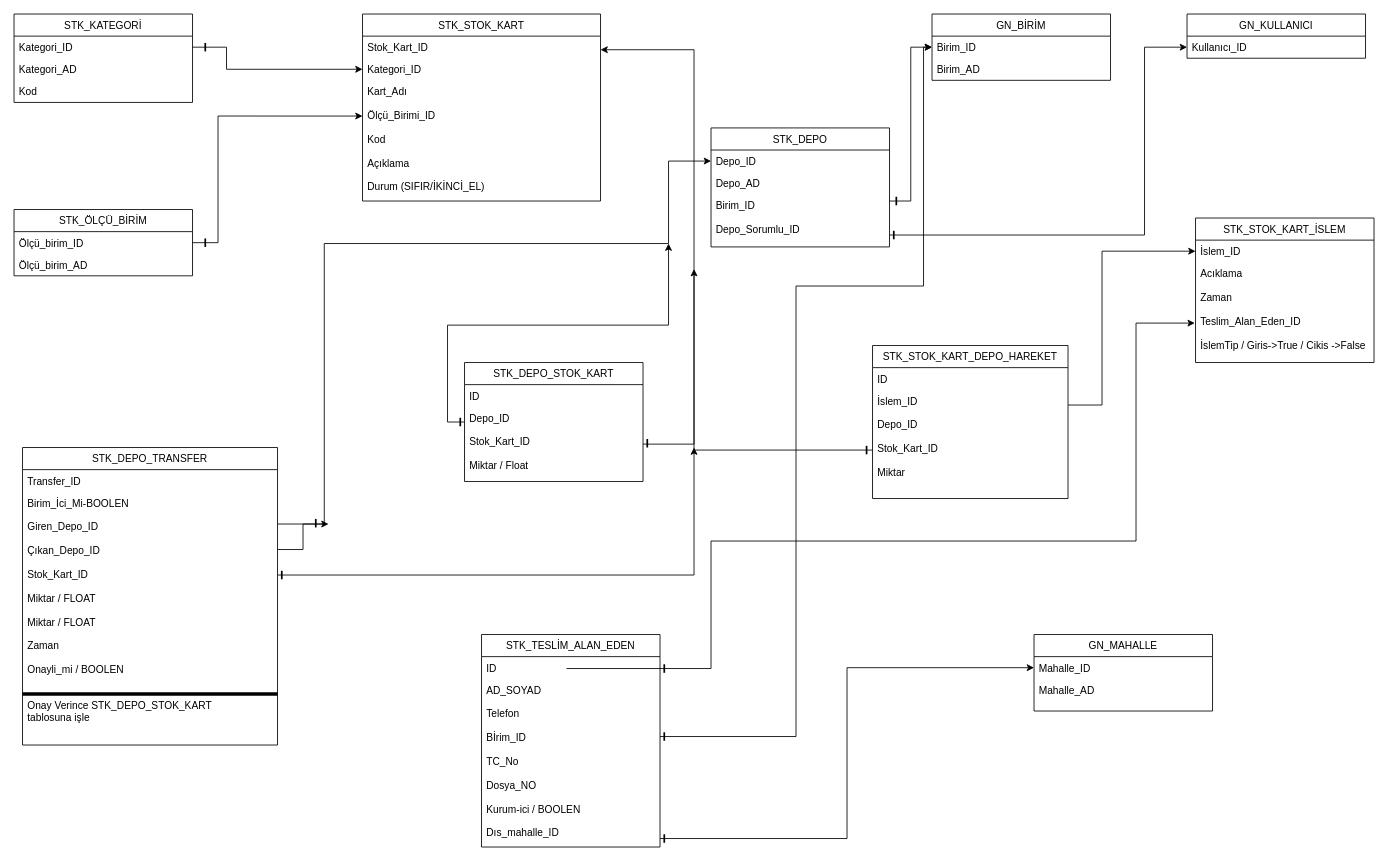
The draw.io diagram Untitled Diagram.drawio in mtkazak/regression, before the edit. Source tidied: cells renumbered, new cells numbered last; positions are measured from the earlier drawing's top-left corner, leaving out a move shared by most shapes. Both pictures are drawn from the tidied source at 85%, with x=0, y=0 at pixel (14, 14).
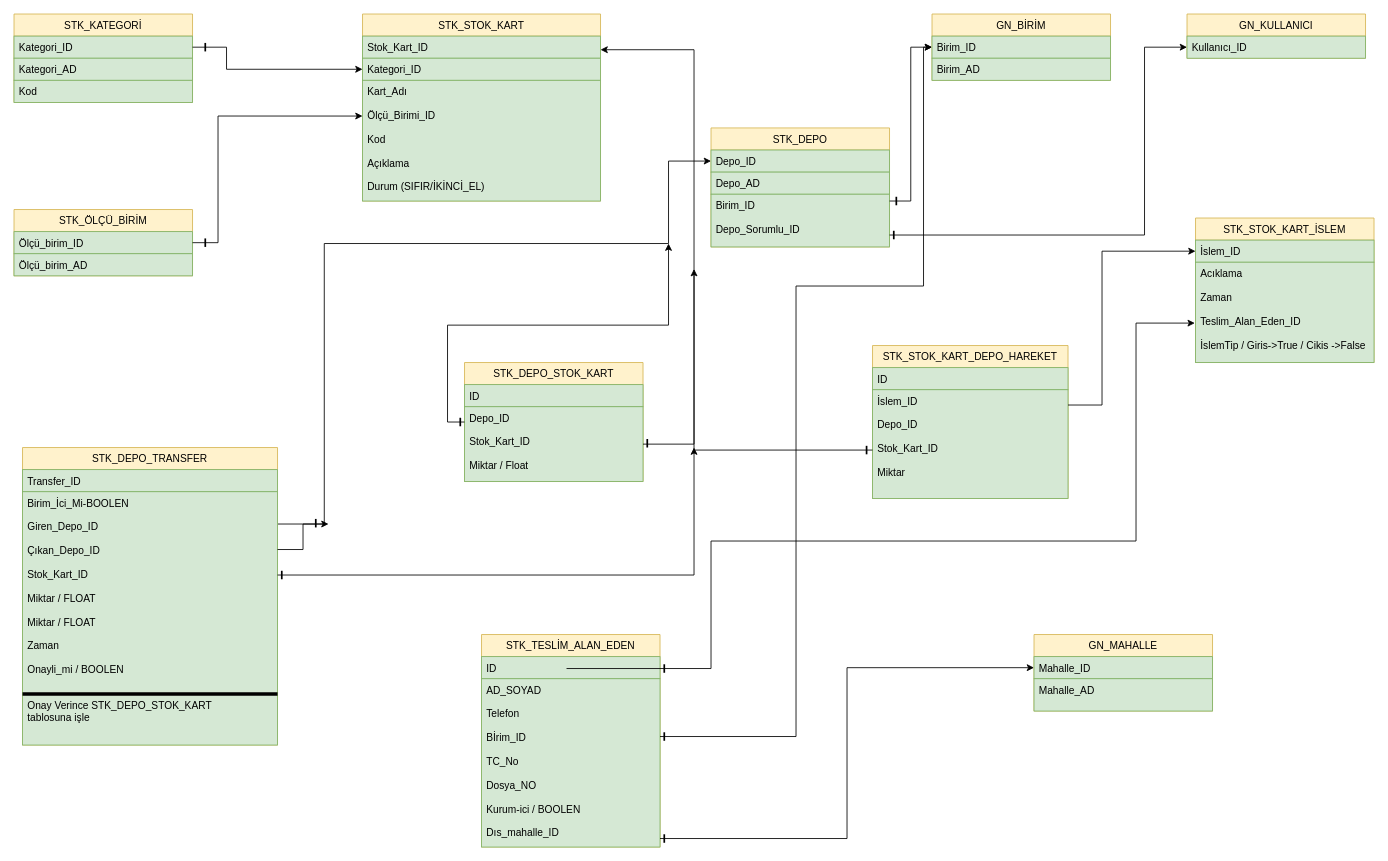
After the change.

The edit, as a diff of the source:
```diff
@@
-    <mxCell id="2" value="STK_KATEGORİ" style="swimlane;fontStyle=0;horizontal=1;startSize=26;fillColor=none;" parent="1" vertex="1">
+    <mxCell id="2" value="STK_KATEGORİ" style="swimlane;fontStyle=0;horizontal=1;startSize=26;fillColor=#fff2cc;labelBackgroundColor=none;strokeColor=#d6b656;" parent="1" vertex="1">
       <mxGeometry width="210" height="104" as="geometry" />
     </mxCell>
-    <mxCell id="3" value="Kategori_ID" style="text;strokeColor=none;fillColor=none;align=left;verticalAlign=top;spacingLeft=4;spacingRight=4;overflow=hidden;points=[[0,0.5],[1,0.5]];portConstraint=eastwest;" parent="2" vertex="1">
+    <mxCell id="3" value="Kategori_ID" style="text;strokeColor=#82b366;fillColor=#d5e8d4;align=left;verticalAlign=top;spacingLeft=4;spacingRight=4;overflow=hidden;points=[[0,0.5],[1,0.5]];portConstraint=eastwest;" parent="2" vertex="1">
       <mxGeometry y="26" width="210" height="26" as="geometry" />
     </mxCell>
-    <mxCell id="4" value="Kategori_AD" style="text;strokeColor=none;fillColor=none;align=left;verticalAlign=top;spacingLeft=4;spacingRight=4;overflow=hidden;" parent="2" vertex="1">
+    <mxCell id="4" value="Kategori_AD" style="text;strokeColor=#82b366;fillColor=#d5e8d4;align=left;verticalAlign=top;spacingLeft=4;spacingRight=4;overflow=hidden;" parent="2" vertex="1">
       <mxGeometry y="52" width="210" height="26" as="geometry" />
     </mxCell>
-    <mxCell id="5" value="Kod" style="text;strokeColor=none;fillColor=none;align=left;verticalAlign=top;spacingLeft=4;spacingRight=4;overflow=hidden;" parent="2" vertex="1">
+    <mxCell id="5" value="Kod" style="text;strokeColor=#82b366;fillColor=#d5e8d4;align=left;verticalAlign=top;spacingLeft=4;spacingRight=4;overflow=hidden;" parent="2" vertex="1">
       <mxGeometry y="78" width="210" height="26" as="geometry" />
     </mxCell>
-    <mxCell id="6" value="STK_STOK_KART" style="swimlane;fontStyle=0;horizontal=1;startSize=26;fillColor=none;" parent="1" vertex="1">
+    <mxCell id="6" value="STK_STOK_KART" style="swimlane;fontStyle=0;horizontal=1;startSize=26;fillColor=#fff2cc;strokeColor=#d6b656;" parent="1" vertex="1">
       <mxGeometry x="410" width="280" height="220" as="geometry" />
     </mxCell>
-    <mxCell id="7" value="Stok_Kart_ID" style="text;strokeColor=none;fillColor=none;align=left;verticalAlign=top;spacingLeft=4;spacingRight=4;overflow=hidden;" parent="6" vertex="1">
+    <mxCell id="7" value="Stok_Kart_ID" style="text;strokeColor=#82b366;fillColor=#d5e8d4;align=left;verticalAlign=top;spacingLeft=4;spacingRight=4;overflow=hidden;" parent="6" vertex="1">
       <mxGeometry y="26" width="280" height="26" as="geometry" />
     </mxCell>
-    <mxCell id="8" value="Kategori_ID" style="text;strokeColor=none;fillColor=none;align=left;verticalAlign=top;spacingLeft=4;spacingRight=4;overflow=hidden;points=[[0,0.5],[1,0.5]];portConstraint=eastwest;" parent="6" vertex="1">
+    <mxCell id="8" value="Kategori_ID" style="text;strokeColor=#82b366;fillColor=#d5e8d4;align=left;verticalAlign=top;spacingLeft=4;spacingRight=4;overflow=hidden;points=[[0,0.5],[1,0.5]];portConstraint=eastwest;" parent="6" vertex="1">
       <mxGeometry y="52" width="280" height="26" as="geometry" />
     </mxCell>
-    <mxCell id="9" value="Kart_Adı&#10;&#10;Ölçü_Birimi_ID&#10;&#10;Kod&#10;&#10;Açıklama &#10;&#10;Durum (SIFIR/İKİNCİ_EL)&#10;" style="text;strokeColor=none;fillColor=none;align=left;verticalAlign=top;spacingLeft=4;spacingRight=4;overflow=hidden;points=[[0,0.5],[1,0.5]];portConstraint=eastwest;" parent="6" vertex="1">
+    <mxCell id="9" value="Kart_Adı&#10;&#10;Ölçü_Birimi_ID&#10;&#10;Kod&#10;&#10;Açıklama &#10;&#10;Durum (SIFIR/İKİNCİ_EL)&#10;" style="text;strokeColor=#82b366;fillColor=#d5e8d4;align=left;verticalAlign=top;spacingLeft=4;spacingRight=4;overflow=hidden;points=[[0,0.5],[1,0.5]];portConstraint=eastwest;" parent="6" vertex="1">
       <mxGeometry y="78" width="280" height="142" as="geometry" />
     </mxCell>
-    <mxCell id="10" value="STK_ÖLÇÜ_BİRİM" style="swimlane;fontStyle=0;horizontal=1;startSize=26;fillColor=none;" parent="1" vertex="1">
+    <mxCell id="10" value="STK_ÖLÇÜ_BİRİM" style="swimlane;fontStyle=0;horizontal=1;startSize=26;fillColor=#fff2cc;strokeColor=#d6b656;" parent="1" vertex="1">
       <mxGeometry y="230" width="210" height="78" as="geometry" />
     </mxCell>
-    <mxCell id="11" value="Ölçü_birim_ID" style="text;strokeColor=none;fillColor=none;align=left;verticalAlign=top;spacingLeft=4;spacingRight=4;overflow=hidden;points=[[0,0.5],[1,0.5]];portConstraint=eastwest;" parent="10" vertex="1">
+    <mxCell id="11" value="Ölçü_birim_ID" style="text;strokeColor=#82b366;fillColor=#d5e8d4;align=left;verticalAlign=top;spacingLeft=4;spacingRight=4;overflow=hidden;points=[[0,0.5],[1,0.5]];portConstraint=eastwest;" parent="10" vertex="1">
       <mxGeometry y="26" width="210" height="26" as="geometry" />
     </mxCell>
-    <mxCell id="12" value="Ölçü_birim_AD" style="text;strokeColor=none;fillColor=none;align=left;verticalAlign=top;spacingLeft=4;spacingRight=4;overflow=hidden;" parent="10" vertex="1">
+    <mxCell id="12" value="Ölçü_birim_AD" style="text;strokeColor=#82b366;fillColor=#d5e8d4;align=left;verticalAlign=top;spacingLeft=4;spacingRight=4;overflow=hidden;" parent="10" vertex="1">
       <mxGeometry y="52" width="210" height="26" as="geometry" />
     </mxCell>
-    <mxCell id="13" value="STK_DEPO" style="swimlane;fontStyle=0;horizontal=1;startSize=26;fillColor=none;" parent="1" vertex="1">
+    <mxCell id="13" value="STK_DEPO" style="swimlane;fontStyle=0;horizontal=1;startSize=26;fillColor=#fff2cc;strokeColor=#d6b656;" parent="1" vertex="1">
       <mxGeometry x="820" y="134" width="210" height="140" as="geometry" />
     </mxCell>
-    <mxCell id="14" value="Depo_ID" style="text;strokeColor=none;fillColor=none;align=left;verticalAlign=top;spacingLeft=4;spacingRight=4;overflow=hidden;points=[[0,0.5],[1,0.5]];portConstraint=eastwest;" parent="13" vertex="1">
+    <mxCell id="14" value="Depo_ID" style="text;strokeColor=#82b366;fillColor=#d5e8d4;align=left;verticalAlign=top;spacingLeft=4;spacingRight=4;overflow=hidden;points=[[0,0.5],[1,0.5]];portConstraint=eastwest;" parent="13" vertex="1">
       <mxGeometry y="26" width="210" height="26" as="geometry" />
     </mxCell>
-    <mxCell id="15" value="Depo_AD" style="text;strokeColor=none;fillColor=none;align=left;verticalAlign=top;spacingLeft=4;spacingRight=4;overflow=hidden;" parent="13" vertex="1">
+    <mxCell id="15" value="Depo_AD" style="text;strokeColor=#82b366;fillColor=#d5e8d4;align=left;verticalAlign=top;spacingLeft=4;spacingRight=4;overflow=hidden;" parent="13" vertex="1">
       <mxGeometry y="52" width="210" height="26" as="geometry" />
     </mxCell>
-    <mxCell id="16" value="Birim_ID&#10;&#10;Depo_Sorumlu_ID" style="text;strokeColor=none;fillColor=none;align=left;verticalAlign=top;spacingLeft=4;spacingRight=4;overflow=hidden;points=[[0,0.5],[1,0.5]];portConstraint=eastwest;" parent="13" vertex="1">
+    <mxCell id="16" value="Birim_ID&#10;&#10;Depo_Sorumlu_ID" style="text;strokeColor=#82b366;fillColor=#d5e8d4;align=left;verticalAlign=top;spacingLeft=4;spacingRight=4;overflow=hidden;points=[[0,0.5],[1,0.5]];portConstraint=eastwest;" parent="13" vertex="1">
       <mxGeometry y="78" width="210" height="62" as="geometry" />
     </mxCell>
-    <mxCell id="17" value="GN_BİRİM" style="swimlane;fontStyle=0;horizontal=1;startSize=26;fillColor=none;" parent="1" vertex="1">
+    <mxCell id="17" value="GN_BİRİM" style="swimlane;fontStyle=0;horizontal=1;startSize=26;fillColor=#fff2cc;strokeColor=#d6b656;" parent="1" vertex="1">
       <mxGeometry x="1080" width="210" height="78" as="geometry" />
     </mxCell>
-    <mxCell id="18" value="Birim_ID" style="text;strokeColor=none;fillColor=none;align=left;verticalAlign=top;spacingLeft=4;spacingRight=4;overflow=hidden;points=[[0,0.5],[1,0.5]];portConstraint=eastwest;" parent="17" vertex="1">
+    <mxCell id="18" value="Birim_ID" style="text;strokeColor=#82b366;fillColor=#d5e8d4;align=left;verticalAlign=top;spacingLeft=4;spacingRight=4;overflow=hidden;points=[[0,0.5],[1,0.5]];portConstraint=eastwest;" parent="17" vertex="1">
       <mxGeometry y="26" width="210" height="26" as="geometry" />
     </mxCell>
-    <mxCell id="19" value="Birim_AD" style="text;strokeColor=none;fillColor=none;align=left;verticalAlign=top;spacingLeft=4;spacingRight=4;overflow=hidden;" parent="17" vertex="1">
+    <mxCell id="19" value="Birim_AD" style="text;strokeColor=#82b366;fillColor=#d5e8d4;align=left;verticalAlign=top;spacingLeft=4;spacingRight=4;overflow=hidden;" parent="17" vertex="1">
       <mxGeometry y="52" width="210" height="26" as="geometry" />
     </mxCell>
-    <mxCell id="20" value="GN_KULLANICI" style="swimlane;fontStyle=0;horizontal=1;startSize=26;fillColor=none;" parent="1" vertex="1">
+    <mxCell id="20" value="GN_KULLANICI" style="swimlane;fontStyle=0;horizontal=1;startSize=26;fillColor=#fff2cc;strokeColor=#d6b656;" parent="1" vertex="1">
       <mxGeometry x="1380" width="210" height="52" as="geometry" />
     </mxCell>
-    <mxCell id="21" value="Kullanıcı_ID" style="text;strokeColor=none;fillColor=none;align=left;verticalAlign=top;spacingLeft=4;spacingRight=4;overflow=hidden;points=[[0,0.5],[1,0.5]];portConstraint=eastwest;" parent="20" vertex="1">
+    <mxCell id="21" value="Kullanıcı_ID" style="text;strokeColor=#82b366;fillColor=#d5e8d4;align=left;verticalAlign=top;spacingLeft=4;spacingRight=4;overflow=hidden;points=[[0,0.5],[1,0.5]];portConstraint=eastwest;" parent="20" vertex="1">
       <mxGeometry y="26" width="210" height="26" as="geometry" />
     </mxCell>
-    <mxCell id="22" style="edgeStyle=orthogonalEdgeStyle;rounded=0;jettySize=auto;html=1;entryX=0;entryY=0.5;entryDx=0;entryDy=0;" parent="1" edge="1" source="3" target="8">
+    <mxCell id="22" style="edgeStyle=orthogonalEdgeStyle;rounded=0;jettySize=auto;html=1;entryX=0;entryY=0.5;entryDx=0;entryDy=0;strokeWidth=1;" parent="1" edge="1" source="3" target="8">
       <mxGeometry relative="1" as="geometry">
         <Array as="points">
           <mxPoint x="250" y="39" />
           <mxPoint x="250" y="65" />
         </Array>
       </mxGeometry>
     </mxCell>
@@
-    <mxCell id="26" value="STK_DEPO_STOK_KART" style="swimlane;fontStyle=0;horizontal=1;startSize=26;fillColor=none;" parent="1" vertex="1">
+    <mxCell id="26" value="STK_DEPO_STOK_KART" style="swimlane;fontStyle=0;horizontal=1;startSize=26;fillColor=#fff2cc;strokeColor=#d6b656;" parent="1" vertex="1">
       <mxGeometry x="530" y="410" width="210" height="140" as="geometry" />
     </mxCell>
-    <mxCell id="27" value="ID&#10;&#10;" style="text;strokeColor=none;fillColor=none;align=left;verticalAlign=top;spacingLeft=4;spacingRight=4;overflow=hidden;" parent="26" vertex="1">
+    <mxCell id="27" value="ID&#10;&#10;" style="text;strokeColor=#82b366;fillColor=#d5e8d4;align=left;verticalAlign=top;spacingLeft=4;spacingRight=4;overflow=hidden;" parent="26" vertex="1">
       <mxGeometry y="26" width="210" height="26" as="geometry" />
     </mxCell>
-    <mxCell id="28" value="Depo_ID&#10;&#10;Stok_Kart_ID&#10;&#10;Miktar / Float" style="text;strokeColor=none;fillColor=none;align=left;verticalAlign=top;spacingLeft=4;spacingRight=4;overflow=hidden;points=[[0,0.5],[1,0.5]];portConstraint=eastwest;" parent="26" vertex="1">
+    <mxCell id="28" value="Depo_ID&#10;&#10;Stok_Kart_ID&#10;&#10;Miktar / Float" style="text;strokeColor=#82b366;fillColor=#d5e8d4;align=left;verticalAlign=top;spacingLeft=4;spacingRight=4;overflow=hidden;points=[[0,0.5],[1,0.5]];portConstraint=eastwest;" parent="26" vertex="1">
       <mxGeometry y="52" width="210" height="88" as="geometry" />
     </mxCell>
@@
-    <mxCell id="30" value="STK_DEPO_TRANSFER" style="swimlane;fontStyle=0;horizontal=1;startSize=26;fillColor=none;" parent="1" vertex="1">
+    <mxCell id="30" value="STK_DEPO_TRANSFER" style="swimlane;fontStyle=0;horizontal=1;startSize=26;fillColor=#fff2cc;strokeColor=#d6b656;" parent="1" vertex="1">
       <mxGeometry x="10" y="510" width="300" height="350" as="geometry" />
     </mxCell>
-    <mxCell id="31" value="Transfer_ID&#10;&#10;" style="text;strokeColor=none;fillColor=none;align=left;verticalAlign=top;spacingLeft=4;spacingRight=4;overflow=hidden;" parent="30" vertex="1">
+    <mxCell id="31" value="Transfer_ID&#10;&#10;" style="text;strokeColor=#82b366;fillColor=#d5e8d4;align=left;verticalAlign=top;spacingLeft=4;spacingRight=4;overflow=hidden;" parent="30" vertex="1">
       <mxGeometry y="26" width="300" height="26" as="geometry" />
     </mxCell>
-    <mxCell id="32" value="Birim_İci_Mi-BOOLEN&#10;&#10;Giren_Depo_ID&#10;&#10;Çıkan_Depo_ID&#10;&#10;Stok_Kart_ID&#10;&#10;Miktar / FLOAT&#10;&#10;Miktar / FLOAT &#10;&#10;Zaman&#10;&#10;Onayli_mi / BOOLEN&#10;&#10;&#10;Onay Verince STK_DEPO_STOK_KART &#10;tablosuna işle" style="text;strokeColor=none;fillColor=none;align=left;verticalAlign=top;spacingLeft=4;spacingRight=4;overflow=hidden;points=[[0,0.5],[1,0.5]];portConstraint=eastwest;" parent="30" vertex="1">
+    <mxCell id="32" value="Birim_İci_Mi-BOOLEN&#10;&#10;Giren_Depo_ID&#10;&#10;Çıkan_Depo_ID&#10;&#10;Stok_Kart_ID&#10;&#10;Miktar / FLOAT&#10;&#10;Miktar / FLOAT &#10;&#10;Zaman&#10;&#10;Onayli_mi / BOOLEN&#10;&#10;&#10;Onay Verince STK_DEPO_STOK_KART &#10;tablosuna işle" style="text;strokeColor=#82b366;fillColor=#d5e8d4;align=left;verticalAlign=top;spacingLeft=4;spacingRight=4;overflow=hidden;points=[[0,0.5],[1,0.5]];portConstraint=eastwest;" parent="30" vertex="1">
       <mxGeometry y="52" width="300" height="298" as="geometry" />
     </mxCell>
@@
-    <mxCell id="34" value="STK_STOK_KART_DEPO_HAREKET" style="swimlane;fontStyle=0;horizontal=1;startSize=26;fillColor=none;" parent="1" vertex="1">
+    <mxCell id="34" value="STK_STOK_KART_DEPO_HAREKET" style="swimlane;fontStyle=0;horizontal=1;startSize=26;fillColor=#fff2cc;strokeColor=#d6b656;" parent="1" vertex="1">
       <mxGeometry x="1010" y="390" width="230" height="180" as="geometry" />
     </mxCell>
-    <mxCell id="35" value="ID&#10;&#10;" style="text;strokeColor=none;fillColor=none;align=left;verticalAlign=top;spacingLeft=4;spacingRight=4;overflow=hidden;" parent="34" vertex="1">
+    <mxCell id="35" value="ID&#10;&#10;" style="text;strokeColor=#82b366;fillColor=#d5e8d4;align=left;verticalAlign=top;spacingLeft=4;spacingRight=4;overflow=hidden;" parent="34" vertex="1">
       <mxGeometry y="26" width="230" height="26" as="geometry" />
     </mxCell>
-    <mxCell id="36" value="İslem_ID&#10;&#10;Depo_ID&#10;&#10;Stok_Kart_ID&#10;&#10;Miktar" style="text;strokeColor=none;fillColor=none;align=left;verticalAlign=top;spacingLeft=4;spacingRight=4;overflow=hidden;points=[[0,0.5],[1,0.5]];portConstraint=eastwest;" parent="34" vertex="1">
+    <mxCell id="36" value="İslem_ID&#10;&#10;Depo_ID&#10;&#10;Stok_Kart_ID&#10;&#10;Miktar" style="text;strokeColor=#82b366;fillColor=#d5e8d4;align=left;verticalAlign=top;spacingLeft=4;spacingRight=4;overflow=hidden;points=[[0,0.5],[1,0.5]];portConstraint=eastwest;" parent="34" vertex="1">
       <mxGeometry y="52" width="230" height="128" as="geometry" />
     </mxCell>
-    <mxCell id="37" value="STK_STOK_KART_İSLEM" style="swimlane;fontStyle=0;horizontal=1;startSize=26;fillColor=none;" parent="1" vertex="1">
+    <mxCell id="37" value="STK_STOK_KART_İSLEM" style="swimlane;fontStyle=0;horizontal=1;startSize=26;fillColor=#fff2cc;strokeColor=#d6b656;" parent="1" vertex="1">
       <mxGeometry x="1390" y="240" width="210" height="170" as="geometry" />
     </mxCell>
-    <mxCell id="38" value="İslem_ID&#10;&#10;" style="text;strokeColor=none;fillColor=none;align=left;verticalAlign=top;spacingLeft=4;spacingRight=4;overflow=hidden;points=[[0,0.5],[1,0.5]];portConstraint=eastwest;" parent="37" vertex="1">
+    <mxCell id="38" value="İslem_ID&#10;&#10;" style="text;strokeColor=#82b366;fillColor=#d5e8d4;align=left;verticalAlign=top;spacingLeft=4;spacingRight=4;overflow=hidden;points=[[0,0.5],[1,0.5]];portConstraint=eastwest;" parent="37" vertex="1">
       <mxGeometry y="26" width="210" height="26" as="geometry" />
     </mxCell>
-    <mxCell id="39" value="Acıklama&#10;&#10;Zaman&#10;&#10;Teslim_Alan_Eden_ID&#10;&#10;İslemTip / Giris-&gt;True / Cikis -&gt;False" style="text;strokeColor=none;fillColor=none;align=left;verticalAlign=top;spacingLeft=4;spacingRight=4;overflow=hidden;points=[[0,0.5],[1,0.5]];portConstraint=eastwest;" parent="37" vertex="1">
+    <mxCell id="39" value="Acıklama&#10;&#10;Zaman&#10;&#10;Teslim_Alan_Eden_ID&#10;&#10;İslemTip / Giris-&gt;True / Cikis -&gt;False" style="text;strokeColor=#82b366;fillColor=#d5e8d4;align=left;verticalAlign=top;spacingLeft=4;spacingRight=4;overflow=hidden;points=[[0,0.5],[1,0.5]];portConstraint=eastwest;" parent="37" vertex="1">
       <mxGeometry y="52" width="210" height="118" as="geometry" />
     </mxCell>
-    <mxCell id="40" value="STK_TESLİM_ALAN_EDEN" style="swimlane;fontStyle=0;horizontal=1;startSize=26;fillColor=none;" parent="1" vertex="1">
+    <mxCell id="40" value="STK_TESLİM_ALAN_EDEN" style="swimlane;fontStyle=0;horizontal=1;startSize=26;fillColor=#fff2cc;strokeColor=#d6b656;" parent="1" vertex="1">
       <mxGeometry x="550" y="730" width="210" height="250" as="geometry" />
     </mxCell>
-    <mxCell id="41" value="ID&#10;&#10;" style="text;strokeColor=none;fillColor=none;align=left;verticalAlign=top;spacingLeft=4;spacingRight=4;overflow=hidden;" parent="40" vertex="1">
+    <mxCell id="41" value="ID&#10;&#10;" style="text;strokeColor=#82b366;fillColor=#d5e8d4;align=left;verticalAlign=top;spacingLeft=4;spacingRight=4;overflow=hidden;" parent="40" vertex="1">
       <mxGeometry y="26" width="210" height="26" as="geometry" />
     </mxCell>
-    <mxCell id="42" value="AD_SOYAD&#10;&#10;Telefon&#10;&#10;Bİrim_ID&#10;&#10;TC_No&#10;&#10;Dosya_NO&#10;&#10;Kurum-ici / BOOLEN&#10;&#10;Dıs_mahalle_ID" style="text;strokeColor=none;fillColor=none;align=left;verticalAlign=top;spacingLeft=4;spacingRight=4;overflow=hidden;points=[[0,0.5],[1,0.5]];portConstraint=eastwest;" parent="40" vertex="1">
+    <mxCell id="42" value="AD_SOYAD&#10;&#10;Telefon&#10;&#10;Bİrim_ID&#10;&#10;TC_No&#10;&#10;Dosya_NO&#10;&#10;Kurum-ici / BOOLEN&#10;&#10;Dıs_mahalle_ID" style="text;strokeColor=#82b366;fillColor=#d5e8d4;align=left;verticalAlign=top;spacingLeft=4;spacingRight=4;overflow=hidden;points=[[0,0.5],[1,0.5]];portConstraint=eastwest;" parent="40" vertex="1">
       <mxGeometry y="52" width="210" height="198" as="geometry" />
     </mxCell>
-    <mxCell id="43" value="GN_MAHALLE" style="swimlane;fontStyle=0;horizontal=1;startSize=26;fillColor=none;" parent="1" vertex="1">
+    <mxCell id="43" value="GN_MAHALLE" style="swimlane;fontStyle=0;horizontal=1;startSize=26;fillColor=#fff2cc;strokeColor=#d6b656;" parent="1" vertex="1">
       <mxGeometry x="1200" y="730" width="210" height="90" as="geometry" />
     </mxCell>
-    <mxCell id="44" value="Mahalle_ID&#10;&#10;" style="text;strokeColor=none;fillColor=none;align=left;verticalAlign=top;spacingLeft=4;spacingRight=4;overflow=hidden;points=[[0,0.5],[1,0.5]];portConstraint=eastwest;" parent="43" vertex="1">
+    <mxCell id="44" value="Mahalle_ID&#10;&#10;" style="text;strokeColor=#82b366;fillColor=#d5e8d4;align=left;verticalAlign=top;spacingLeft=4;spacingRight=4;overflow=hidden;points=[[0,0.5],[1,0.5]];portConstraint=eastwest;" parent="43" vertex="1">
       <mxGeometry y="26" width="210" height="26" as="geometry" />
     </mxCell>
-    <mxCell id="45" value="Mahalle_AD" style="text;strokeColor=none;fillColor=none;align=left;verticalAlign=top;spacingLeft=4;spacingRight=4;overflow=hidden;" parent="43" vertex="1">
+    <mxCell id="45" value="Mahalle_AD" style="text;strokeColor=#82b366;fillColor=#d5e8d4;align=left;verticalAlign=top;spacingLeft=4;spacingRight=4;overflow=hidden;" parent="43" vertex="1">
       <mxGeometry y="52" width="210" height="38" as="geometry" />
     </mxCell>
```
